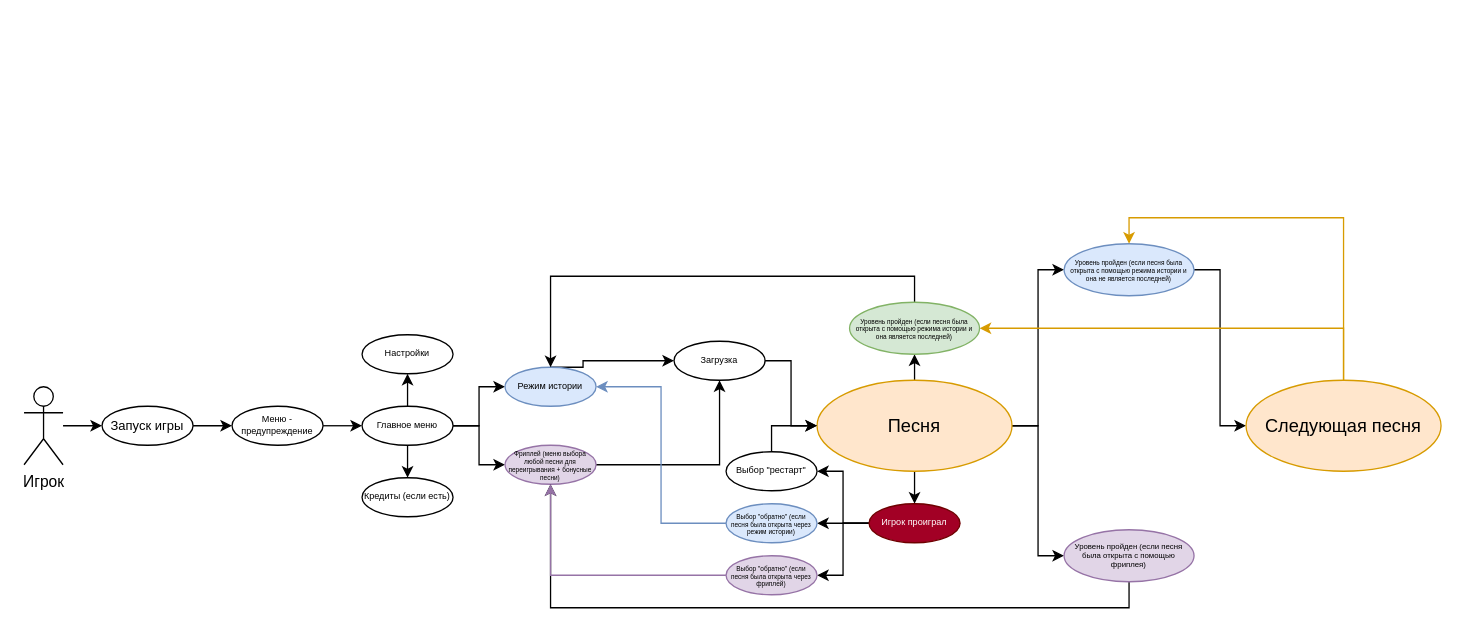
The draw.io diagram новаядиаграмма.drawio in notstateplayhx/Diplom, before the edit. Source tidied: cells renumbered, new cells numbered last; positions are measured from the earlier drawing's top-left corner, leaving out a move shared by most shapes. Both pictures are drawn from the tidied source at 130%, with x=0, y=0 at pixel (23, 243).
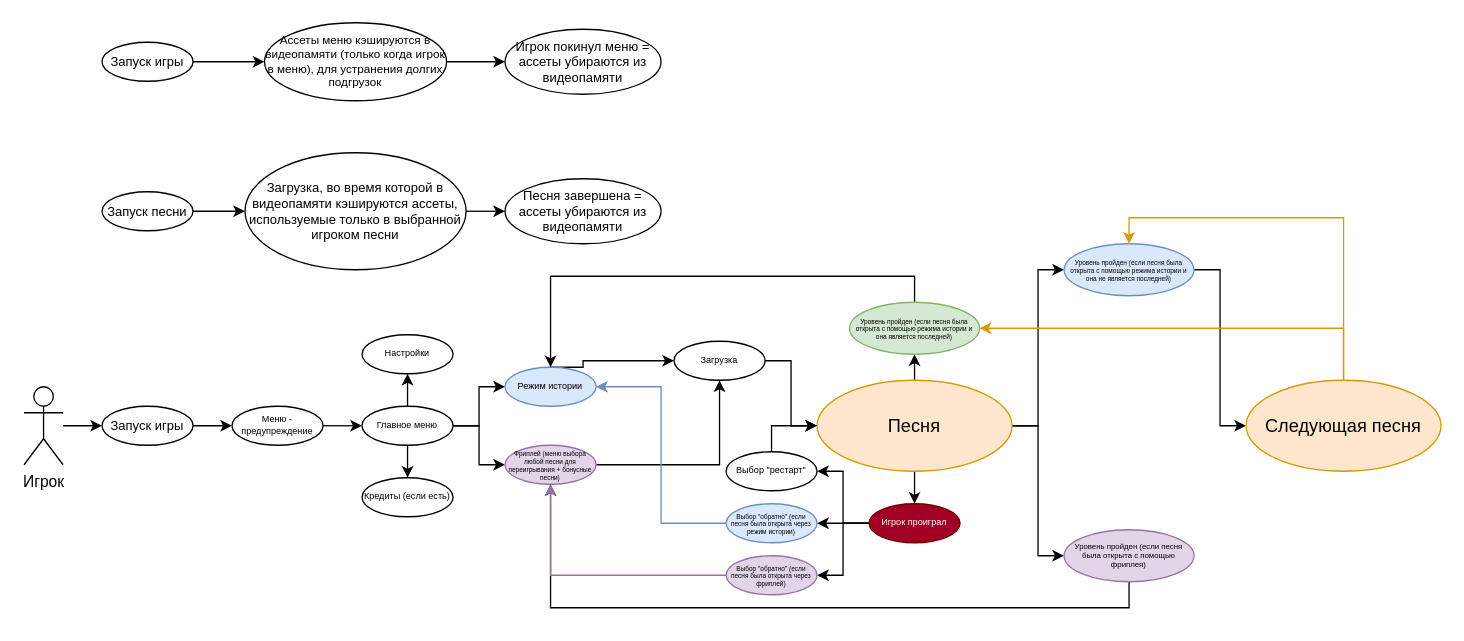
The same diagram, later.

The edit, as a diff of the source:
```diff
@@
+    <mxCell id="45" style="edgeStyle=orthogonalEdgeStyle;rounded=0;jettySize=auto;html=1;exitX=1;exitY=0.5;exitDx=0;exitDy=0;entryX=0;entryY=0.5;entryDx=0;entryDy=0;" parent="1" edge="1" source="46" target="48">
+      <mxGeometry relative="1" as="geometry" />
+    </mxCell>
+    <mxCell id="46" value="Запуск игры" style="ellipse;whiteSpace=wrap;html=1;fontSize=10;" parent="1" vertex="1">
+      <mxGeometry x="60" y="-155" width="70" height="30" as="geometry" />
+    </mxCell>
+    <mxCell id="47" style="edgeStyle=orthogonalEdgeStyle;rounded=0;jettySize=auto;html=1;exitX=1;exitY=0.5;exitDx=0;exitDy=0;entryX=0;entryY=0.5;entryDx=0;entryDy=0;" parent="1" edge="1" source="48" target="54">
+      <mxGeometry relative="1" as="geometry" />
+    </mxCell>
+    <mxCell id="48" value="Ассеты меню кэшируются в видеопамяти (только когда игрок в меню), для устранения долгих подгрузок" style="ellipse;whiteSpace=wrap;html=1;fontSize=9;" parent="1" vertex="1">
+      <mxGeometry x="185" y="-170" width="140" height="60" as="geometry" />
+    </mxCell>
+    <mxCell id="49" style="edgeStyle=orthogonalEdgeStyle;rounded=0;jettySize=auto;html=1;exitX=1;exitY=0.5;exitDx=0;exitDy=0;entryX=0;entryY=0.5;entryDx=0;entryDy=0;" parent="1" edge="1" source="50" target="52">
+      <mxGeometry relative="1" as="geometry" />
+    </mxCell>
+    <mxCell id="50" value="Запуск песни" style="ellipse;whiteSpace=wrap;html=1;fontSize=10;" parent="1" vertex="1">
+      <mxGeometry x="60" y="-40" width="70" height="30" as="geometry" />
+    </mxCell>
+    <mxCell id="51" style="edgeStyle=orthogonalEdgeStyle;rounded=0;jettySize=auto;html=1;exitX=1;exitY=0.5;exitDx=0;exitDy=0;entryX=0;entryY=0.5;entryDx=0;entryDy=0;" parent="1" edge="1" source="52" target="53">
+      <mxGeometry relative="1" as="geometry" />
+    </mxCell>
+    <mxCell id="52" value="Загрузка, во время которой в видеопамяти кэшируются ассеты, используемые только в выбранной игроком песни" style="ellipse;whiteSpace=wrap;html=1;fontSize=10;" parent="1" vertex="1">
+      <mxGeometry x="170" y="-70" width="170" height="90" as="geometry" />
+    </mxCell>
+    <mxCell id="53" value="Песня завершена = ассеты убираются из видеопамяти" style="ellipse;whiteSpace=wrap;html=1;fontSize=10;" parent="1" vertex="1">
+      <mxGeometry x="370" y="-50" width="120" height="50" as="geometry" />
+    </mxCell>
+    <mxCell id="54" value="Игрок покинул меню = ассеты убираются из видеопамяти" style="ellipse;whiteSpace=wrap;html=1;fontSize=10;" parent="1" vertex="1">
+      <mxGeometry x="370" y="-165" width="120" height="50" as="geometry" />
+    </mxCell>
```
